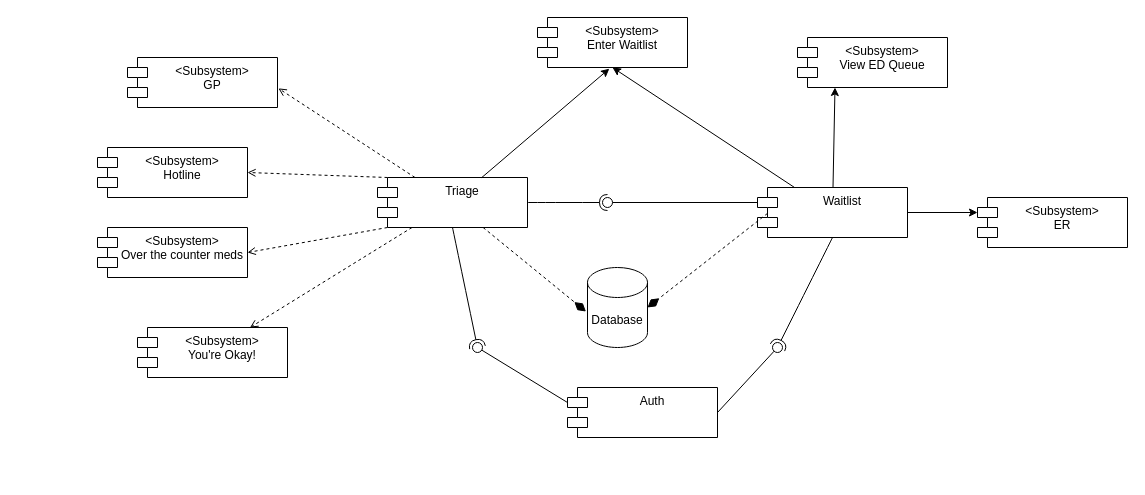
This is images/m2_cc.drawio from uvic-teach/project-m1-team1, a draw.io file, before an edit. Source tidied: cells renumbered, new cells numbered last; positions are measured from the earlier drawing's top-left corner, leaving out a move shared by most shapes. Both pictures are drawn from the tidied source at 100%, with x=0, y=0 at pixel (17, 17).
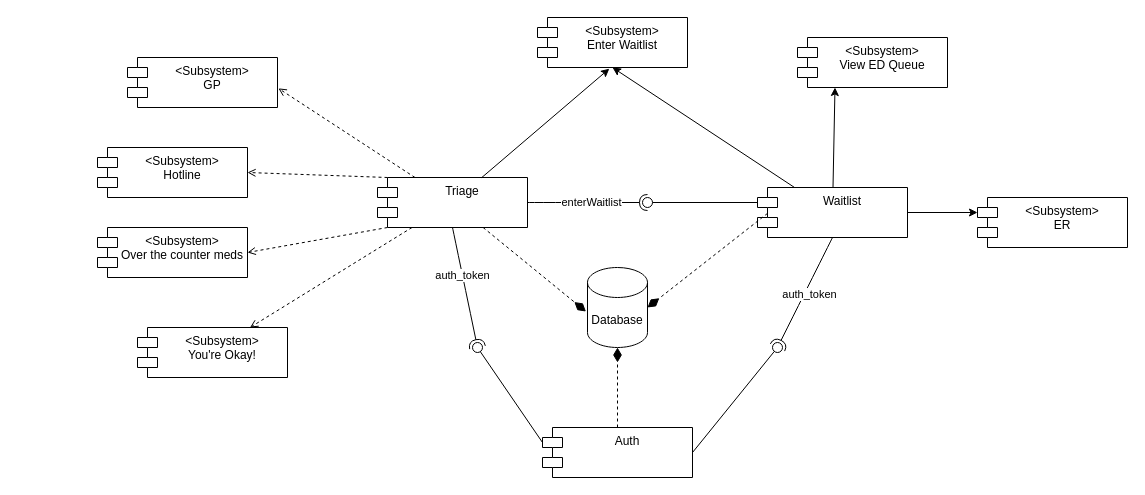
The same diagram, later.

The change refers to these unchanged cells:
```xml
<mxCell id="3" value="&lt;div&gt;Waitlist&lt;/div&gt;" style="shape=module;align=left;spacingLeft=20;align=center;verticalAlign=top;whiteSpace=wrap;html=1;" parent="1" vertex="1">
  <mxGeometry x="740" y="170" width="150" height="50" as="geometry" />
</mxCell>
<mxCell id="8" value="&lt;div&gt;Triage&lt;/div&gt;" style="shape=module;align=left;spacingLeft=20;align=center;verticalAlign=top;whiteSpace=wrap;html=1;" parent="1" vertex="1">
  <mxGeometry x="360" y="160" width="150" height="50" as="geometry" />
</mxCell>
<mxCell id="9" value="Database" style="shape=cylinder3;whiteSpace=wrap;html=1;boundedLbl=1;backgroundOutline=1;size=15;" parent="1" vertex="1">
  <mxGeometry x="570" y="250" width="60" height="80" as="geometry" />
</mxCell>
<mxCell id="18" style="rounded=0;jettySize=auto;html=1;endArrow=halfCircle;endFill=0;endSize=6;strokeWidth=1;sketch=0;fontSize=12;curved=1;exitX=0.5;exitY=1;exitDx=0;exitDy=0;" parent="1" edge="1" source="8">
  <mxGeometry relative="1" as="geometry">
    <mxPoint x="460" y="330" as="targetPoint" />
  </mxGeometry>
</mxCell>
<mxCell id="21" style="rounded=0;jettySize=auto;html=1;endArrow=halfCircle;endFill=0;endSize=6;strokeWidth=1;sketch=0;fontSize=12;curved=1;exitX=0.5;exitY=1;exitDx=0;exitDy=0;" parent="1" edge="1" source="3">
  <mxGeometry relative="1" as="geometry">
    <mxPoint x="760" y="330" as="targetPoint" />
  </mxGeometry>
</mxCell>
```

Change to the diagram source:
```diff
@@
     <mxCell id="16" value="&lt;div&gt;Auth&lt;/div&gt;" style="shape=module;align=left;spacingLeft=20;align=center;verticalAlign=top;whiteSpace=wrap;html=1;" parent="1" vertex="1">
-      <mxGeometry x="550" y="370" width="150" height="50" as="geometry" />
+      <mxGeometry x="525" y="410" width="150" height="50" as="geometry" />
     </mxCell>
@@
+    <mxCell id="32" value="auth_token" style="edgeLabel;html=1;align=center;verticalAlign=middle;" parent="18" vertex="1">
+      <mxGeometry x="-0.2" relative="1" as="geometry" />
+    </mxCell>
@@
+    <mxCell id="33" value="auth_token" style="edgeLabel;html=1;align=center;verticalAlign=middle;" parent="21" vertex="1">
+      <mxGeometry x="-0.01" y="4" relative="1" as="geometry" />
+    </mxCell>
     <mxCell id="22" style="rounded=0;jettySize=auto;html=1;endArrow=halfCircle;endFill=0;endSize=6;strokeWidth=1;sketch=0;fontSize=12;curved=1;exitX=1;exitY=0.5;exitDx=0;exitDy=0;" parent="1" edge="1" source="8">
       <mxGeometry relative="1" as="geometry">
-        <mxPoint x="590" y="185" as="targetPoint" />
+        <mxPoint x="630" y="185" as="targetPoint" />
       </mxGeometry>
     </mxCell>
+    <mxCell id="34" value="enterWaitlist" style="edgeLabel;html=1;align=center;verticalAlign=middle;" parent="22" vertex="1">
+      <mxGeometry x="0.05" y="1" relative="1" as="geometry" />
+    </mxCell>
@@
     <mxCell id="25" style="rounded=0;jettySize=auto;html=1;endArrow=oval;endFill=0;sketch=0;sourcePerimeterSpacing=0;targetPerimeterSpacing=0;endSize=10;exitX=0;exitY=0;exitDx=0;exitDy=15;exitPerimeter=0;" parent="1" edge="1" source="3">
       <mxGeometry relative="1" as="geometry">
-        <mxPoint x="590" y="185" as="targetPoint" />
+        <mxPoint x="630" y="185" as="targetPoint" />
       </mxGeometry>
     </mxCell>
@@
+    <mxCell id="35" style="edgeStyle=orthogonalEdgeStyle;rounded=0;jettySize=auto;html=1;entryX=0.5;entryY=1;entryDx=0;entryDy=0;entryPerimeter=0;dashed=1;endArrow=diamondThin;endFill=1;endSize=12;" parent="1" edge="1" source="16" target="9">
+      <mxGeometry relative="1" as="geometry" />
+    </mxCell>
```
